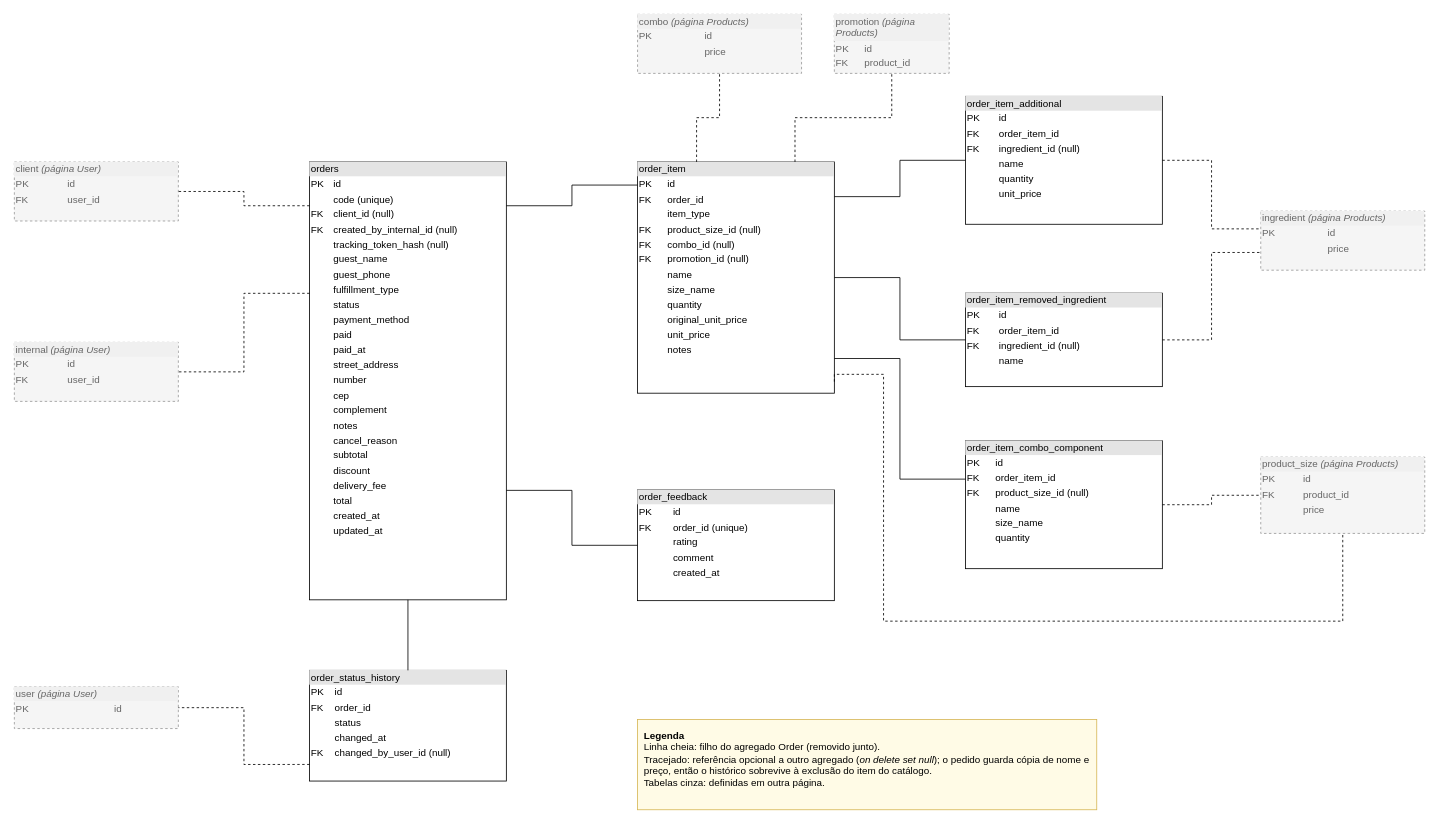
doda-s/nippon-ten keeps this draw.io diagram as page "Orders" (4 of 4) of docs/data-modeling/data_modeling.drawio. Above is the earlier version. Source tidied: cells renumbered, new cells numbered last; positions are measured from the earlier drawing's top-left corner, leaving out a move shared by most shapes. Both pictures are drawn from the tidied source at 82%, with x=0, y=0 at pixel (14, 14).
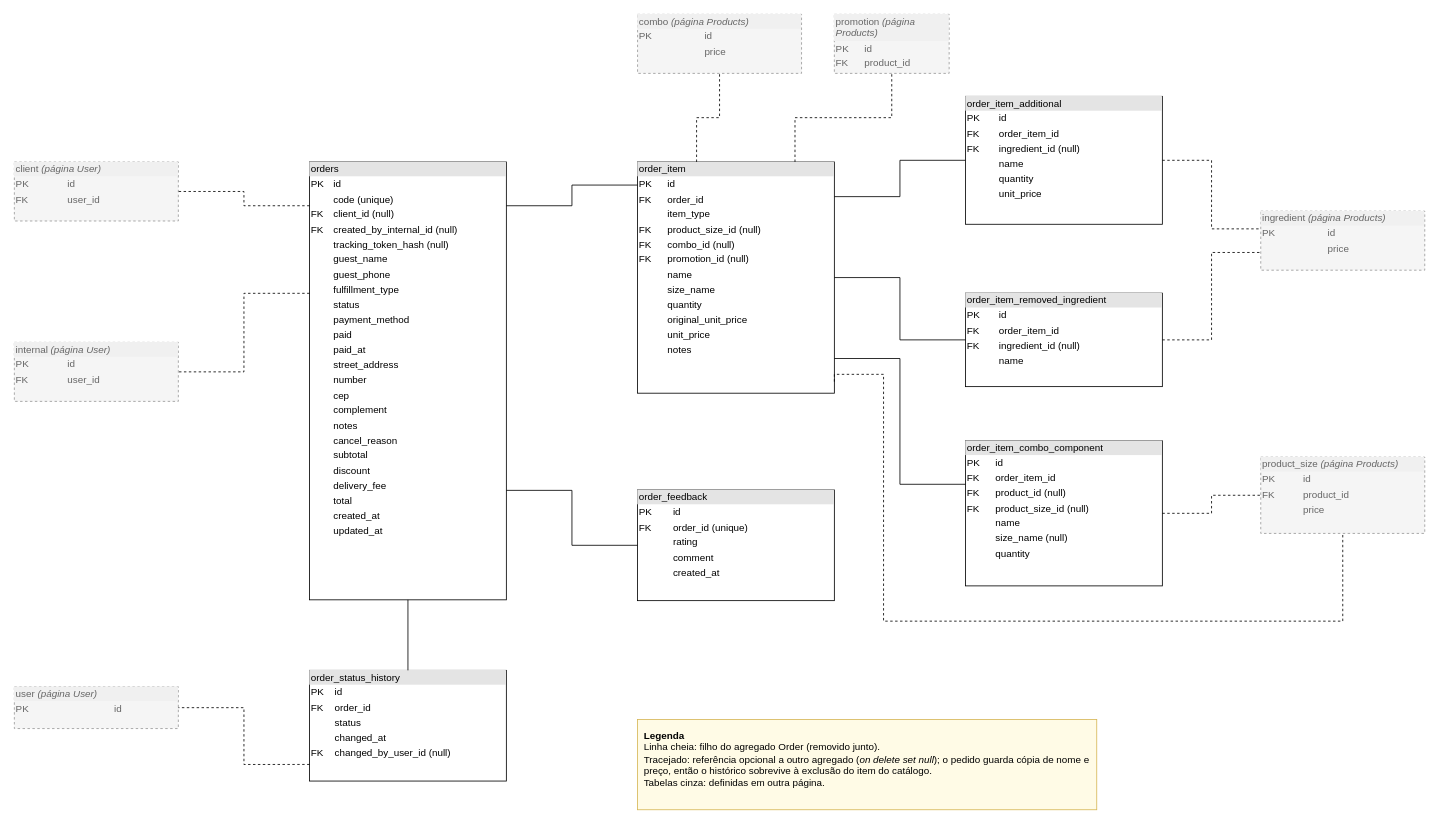
Above is the later version.

Commit message (it also covers changes not shown here):
docs: keep product in combo_product and make size optional

Apontar combo_product só para product_size impedia combos com produtos
sem tamanho (que não têm preço próprio, mas podem ser vendidos dentro
de um combo) e obrigava a migration a escolher um tamanho arbitrário
para os combos existentes. Agora a linha mantém o produto e ganha o
tamanho, obrigatório só quando o produto tem tamanhos, e os combos
antigos ficam sem tamanho para revisão manual.

What changed in the source:
```diff
@@
-    <mxCell id="6" value="&lt;div style=&quot;box-sizing: border-box; width: 100%; background: rgb(228, 228, 228); padding: 2px;&quot;&gt;order_item_combo_component&lt;/div&gt;&lt;table style=&quot;width:100%;font-size:1em;&quot; cellpadding=&quot;2&quot; cellspacing=&quot;0&quot;&gt;&lt;tbody&gt;&lt;tr&gt;&lt;td&gt;PK&lt;/td&gt;&lt;td&gt;id&lt;/td&gt;&lt;/tr&gt;&lt;tr&gt;&lt;td&gt;FK&lt;/td&gt;&lt;td&gt;order_item_id&lt;/td&gt;&lt;/tr&gt;&lt;tr&gt;&lt;td&gt;FK&lt;/td&gt;&lt;td&gt;product_size_id (null)&lt;/td&gt;&lt;/tr&gt;&lt;tr&gt;&lt;td&gt;&lt;/td&gt;&lt;td&gt;name&lt;/td&gt;&lt;/tr&gt;&lt;tr&gt;&lt;td&gt;&lt;/td&gt;&lt;td&gt;size_name&lt;/td&gt;&lt;/tr&gt;&lt;tr&gt;&lt;td&gt;&lt;/td&gt;&lt;td&gt;quantity&lt;/td&gt;&lt;/tr&gt;&lt;/tbody&gt;&lt;/table&gt;" style="verticalAlign=top;align=left;overflow=fill;html=1;whiteSpace=wrap;" parent="1" vertex="1">
-      <mxGeometry x="1160" y="520" width="240" height="156" as="geometry" />
+    <mxCell id="6" value="&lt;div style=&quot;box-sizing: border-box; width: 100%; background: rgb(228, 228, 228); padding: 2px;&quot;&gt;order_item_combo_component&lt;/div&gt;&lt;table style=&quot;width:100%;font-size:1em;&quot; cellpadding=&quot;2&quot; cellspacing=&quot;0&quot;&gt;&lt;tbody&gt;&lt;tr&gt;&lt;td&gt;PK&lt;/td&gt;&lt;td&gt;id&lt;/td&gt;&lt;/tr&gt;&lt;tr&gt;&lt;td&gt;FK&lt;/td&gt;&lt;td&gt;order_item_id&lt;/td&gt;&lt;/tr&gt;&lt;tr&gt;&lt;td&gt;FK&lt;/td&gt;&lt;td&gt;product_id (null)&lt;/td&gt;&lt;/tr&gt;&lt;tr&gt;&lt;td&gt;FK&lt;/td&gt;&lt;td&gt;product_size_id (null)&lt;/td&gt;&lt;/tr&gt;&lt;tr&gt;&lt;td&gt;&lt;/td&gt;&lt;td&gt;name&lt;/td&gt;&lt;/tr&gt;&lt;tr&gt;&lt;td&gt;&lt;/td&gt;&lt;td&gt;size_name (null)&lt;/td&gt;&lt;/tr&gt;&lt;tr&gt;&lt;td&gt;&lt;/td&gt;&lt;td&gt;quantity&lt;/td&gt;&lt;/tr&gt;&lt;/tbody&gt;&lt;/table&gt;" style="verticalAlign=top;align=left;overflow=fill;html=1;whiteSpace=wrap;" parent="1" vertex="1">
+      <mxGeometry x="1160" y="520" width="240" height="177" as="geometry" />
     </mxCell>
```
